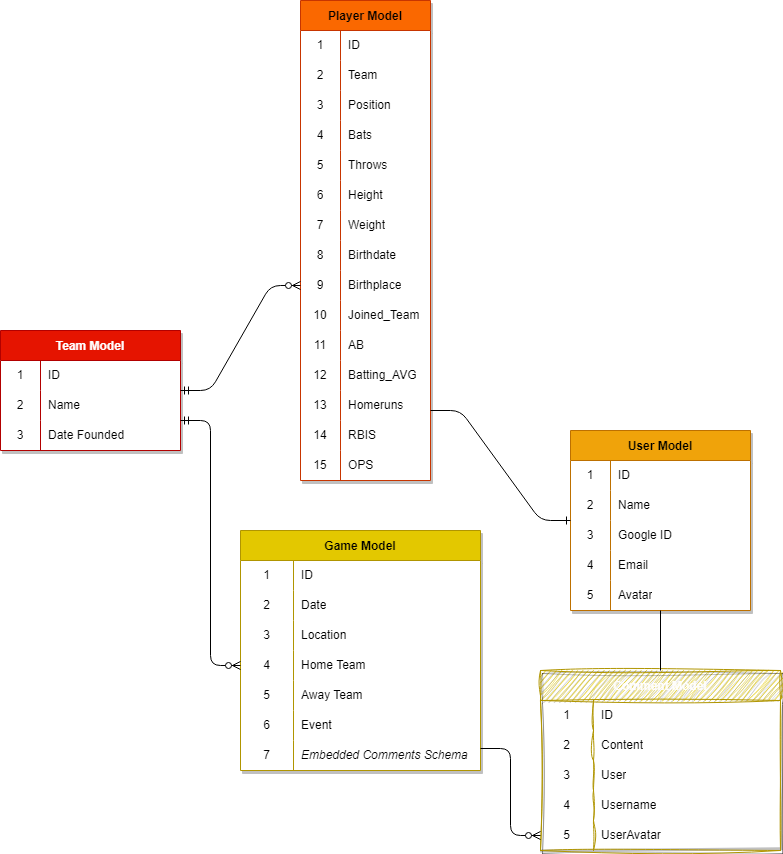
The draw.io diagram public/erd.drawio.png in amandaputney/project-2, before a commit. Source tidied: cells renumbered, new cells last; positions are measured from the earlier drawing's top-left corner, leaving out a move shared by most shapes.
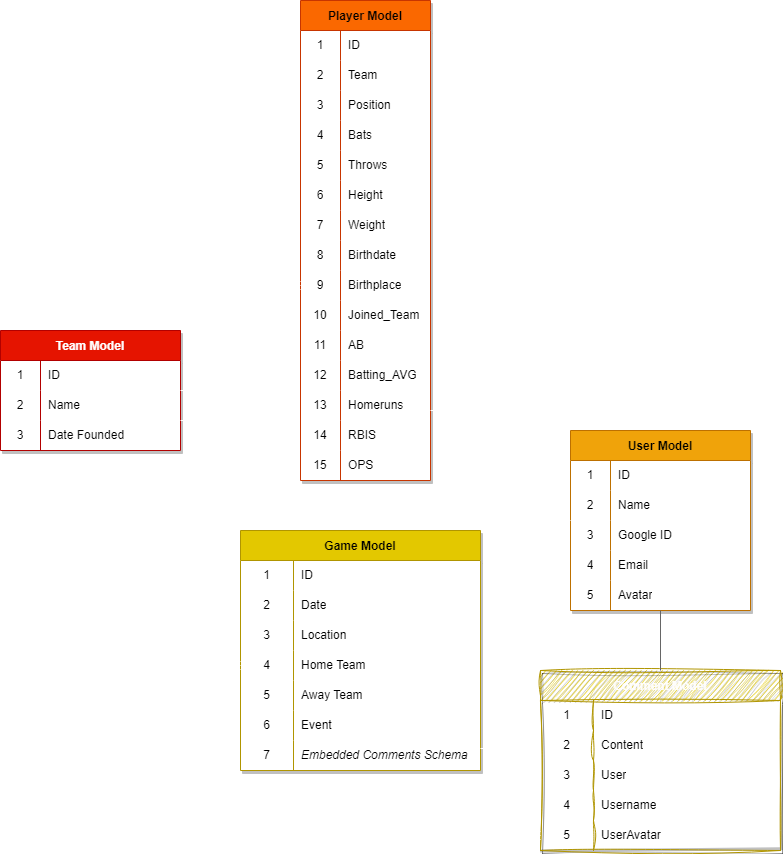
After the commit.

Change to the diagram source:
```diff
@@ -284,12 +284,12 @@
     <mxCell id="95" value="Avatar" style="shape=partialRectangle;html=1;whiteSpace=wrap;fillColor=none;top=0;left=0;bottom=0;right=0;align=left;spacingLeft=6;overflow=hidden;labelBackgroundColor=none;" parent="93" vertex="1">
       <mxGeometry x="40" width="140" height="30" as="geometry" />
     </mxCell>
-    <mxCell id="96" style="edgeStyle=entityRelationEdgeStyle;fontSize=12;html=1;endArrow=ERzeroToMany;startArrow=ERmandOne;fontFamily=Oleo Script;fontSource=https%3A%2F%2Ffonts.googleapis.com%2Fcss%3Ffamily%3DOleo%2BScript;entryX=0;entryY=0.5;entryDx=0;entryDy=0;" parent="1" edge="1" target="37">
+    <mxCell id="96" style="edgeStyle=entityRelationEdgeStyle;fontSize=12;html=1;endArrow=ERzeroToMany;startArrow=ERmandOne;fontFamily=Oleo Script;fontSource=https%3A%2F%2Ffonts.googleapis.com%2Fcss%3Ffamily%3DOleo%2BScript;entryX=0;entryY=0.5;entryDx=0;entryDy=0;fillColor=#f5f5f5;strokeColor=#FFFFFF;" parent="1" edge="1" target="37">
       <mxGeometry relative="1" as="geometry">
         <mxPoint x="180" y="390" as="sourcePoint" />
       </mxGeometry>
     </mxCell>
-    <mxCell id="97" style="edgeStyle=entityRelationEdgeStyle;fontSize=12;html=1;endArrow=ERzeroToMany;startArrow=ERmandOne;fontFamily=Oleo Script;fontSource=https%3A%2F%2Ffonts.googleapis.com%2Fcss%3Ffamily%3DOleo%2BScript;entryX=0;entryY=0.5;entryDx=0;entryDy=0;" parent="1" edge="1" target="68">
+    <mxCell id="97" style="edgeStyle=entityRelationEdgeStyle;fontSize=12;html=1;endArrow=ERzeroToMany;startArrow=ERmandOne;fontFamily=Oleo Script;fontSource=https%3A%2F%2Ffonts.googleapis.com%2Fcss%3Ffamily%3DOleo%2BScript;entryX=0;entryY=0.5;entryDx=0;entryDy=0;fillColor=#f5f5f5;strokeColor=#FFFFFF;" parent="1" edge="1" target="68">
       <mxGeometry relative="1" as="geometry">
         <mxPoint x="180" y="420" as="sourcePoint" />
       </mxGeometry>
@@ -342,17 +342,17 @@
     <mxCell id="113" value="UserAvatar" style="shape=partialRectangle;html=1;whiteSpace=wrap;fillColor=none;top=0;left=0;bottom=0;right=0;align=left;spacingLeft=6;overflow=hidden;labelBackgroundColor=none;" parent="111" vertex="1">
       <mxGeometry x="53" width="187" height="30" as="geometry" />
     </mxCell>
-    <mxCell id="114" style="edgeStyle=entityRelationEdgeStyle;fontSize=12;html=1;endArrow=ERzeroToMany;endFill=1;fontFamily=Helvetica;fontColor=#FFFEFC;entryX=0;entryY=0.5;entryDx=0;entryDy=0;" parent="1" edge="1" target="111">
+    <mxCell id="114" style="edgeStyle=entityRelationEdgeStyle;fontSize=12;html=1;endArrow=ERzeroToMany;endFill=1;fontFamily=Helvetica;fontColor=#FFFEFC;entryX=0;entryY=0.5;entryDx=0;entryDy=0;fillColor=#f5f5f5;strokeColor=#FFFFFF;" parent="1" edge="1" target="111">
       <mxGeometry relative="1" as="geometry">
         <mxPoint x="480" y="748" as="sourcePoint" />
       </mxGeometry>
     </mxCell>
-    <mxCell id="115" style="edgeStyle=entityRelationEdgeStyle;fontSize=12;html=1;endArrow=ERone;endFill=1;fontFamily=Helvetica;fontColor=#FFFEFC;entryX=0;entryY=0;entryDx=0;entryDy=0;entryPerimeter=0;" parent="1" edge="1" target="87">
+    <mxCell id="115" style="edgeStyle=entityRelationEdgeStyle;fontSize=12;html=1;endArrow=ERone;endFill=1;fontFamily=Helvetica;fontColor=#FFFEFC;entryX=0;entryY=0;entryDx=0;entryDy=0;entryPerimeter=0;fillColor=#f5f5f5;strokeColor=#FFFFFF;" parent="1" edge="1" target="87">
       <mxGeometry relative="1" as="geometry">
         <mxPoint x="430" y="410" as="sourcePoint" />
       </mxGeometry>
     </mxCell>
-    <mxCell id="116" style="endArrow=none;html=1;rounded=0;fontFamily=Helvetica;fontSize=42;fontColor=#FFFEFC;" parent="1" edge="1" target="98">
+    <mxCell id="116" style="endArrow=none;html=1;rounded=0;fontFamily=Helvetica;fontSize=42;fontColor=#FFFEFC;fillColor=#f5f5f5;strokeColor=#666666;" parent="1" edge="1" target="98">
       <mxGeometry relative="1" as="geometry">
         <mxPoint x="660" y="610" as="sourcePoint" />
       </mxGeometry>
```
